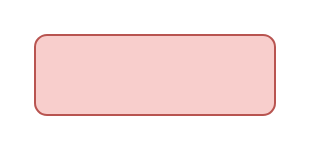
Earlier version of the draw.io diagram MindMap.drawio (sahara581/MindMaps). Source tidied: cells renumbered, new cells numbered last; positions are measured from the earlier drawing's top-left corner, leaving out a move shared by most shapes. Both pictures are drawn from the tidied source at 200%, with x=0, y=0 at pixel (34, 34).
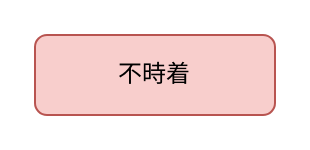
The same diagram, later.

Commit message (it also covers changes not shown here):
MindMap.drawio を更新します

The edit, as a diff of the source:
```diff
@@
 <mxGraphModel>
   <root>
     <mxCell id="0" />
     <mxCell id="1" parent="0" />
-    <mxCell id="2" style="rounded=1;whiteSpace=wrap;html=1;fillColor=#f8cecc;strokeColor=#b85450;" parent="1" vertex="1">
+    <mxCell id="2" value="不時着" style="rounded=1;whiteSpace=wrap;html=1;fillColor=#f8cecc;strokeColor=#b85450;" parent="1" vertex="1">
       <mxGeometry width="120" height="40" as="geometry" />
     </mxCell>
   </root>
 </mxGraphModel>
```
